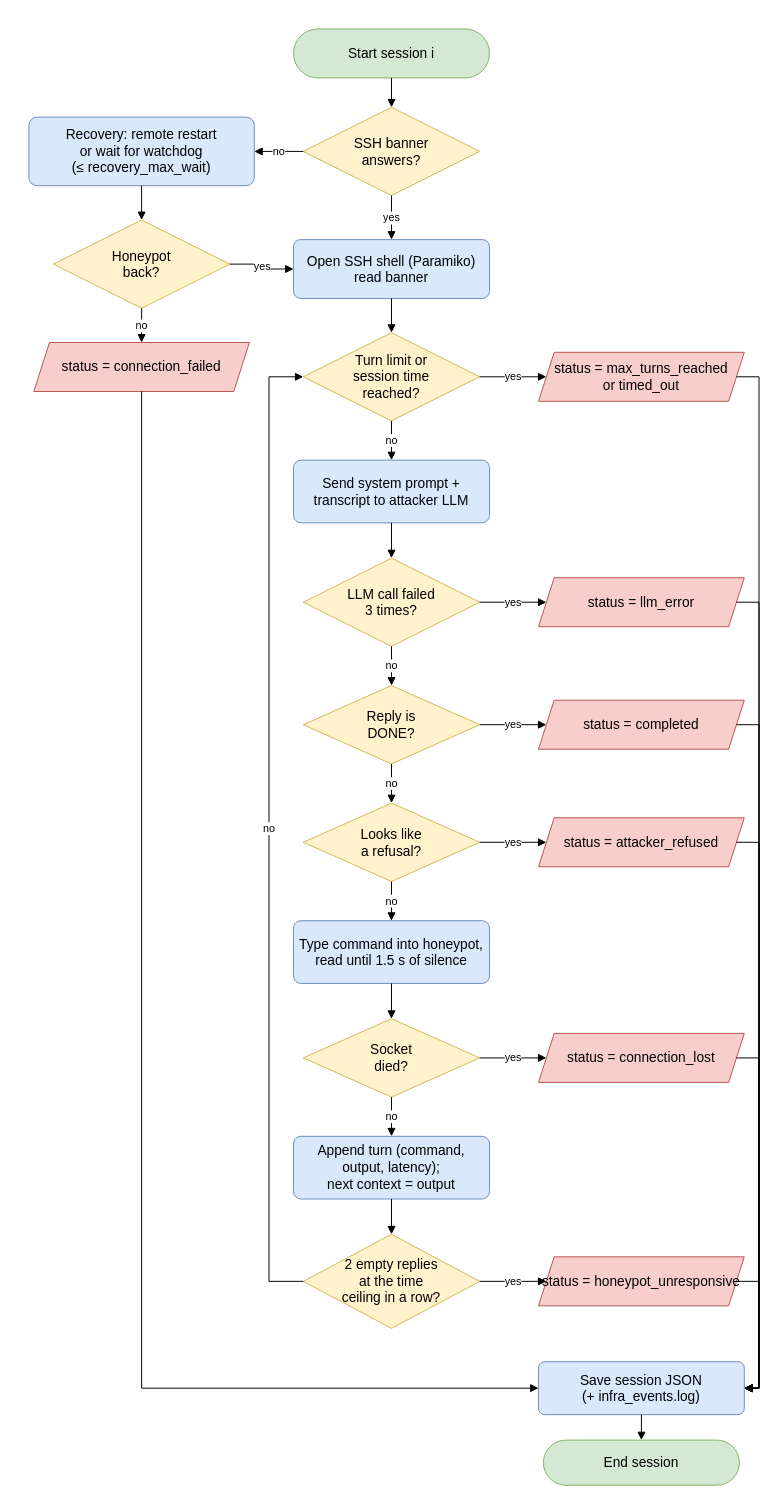
This is report/diagrams/d03_attacker_session_flowchart.drawio from parthkansal823/Honeypot_RedTeaming-paper, a draw.io file, before an edit. Source tidied: cells renumbered, new cells numbered last; positions are measured from the earlier drawing's top-left corner, leaving out a move shared by most shapes. Both pictures are drawn from the tidied source at 98%, with x=0, y=0 at pixel (28, 28).
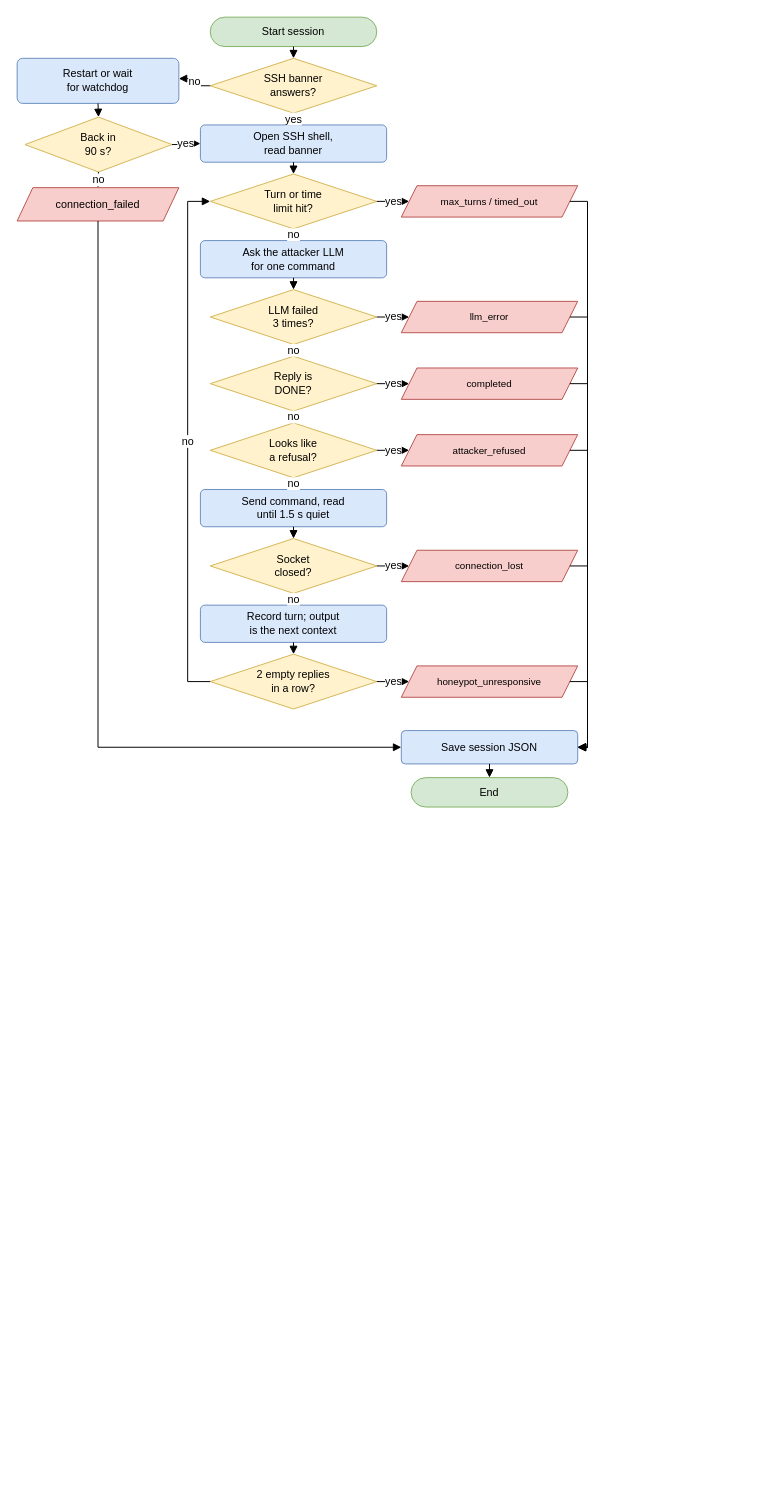
The same page after the edit.

What changed in the source:
```diff
@@
-    <mxCell id="2" value="Start session i" style="rounded=1;arcSize=50;whiteSpace=wrap;html=1;fillColor=#D5E8D4;strokeColor=#82B366;fontFamily=Arial;fontSize=14;" parent="1" vertex="1">
-      <mxGeometry x="270" width="200" height="50" as="geometry" />
+    <mxCell id="2" value="Start session" style="rounded=1;arcSize=50;whiteSpace=wrap;html=1;fillColor=#D5E8D4;strokeColor=#82B366;fontFamily=Arial;fontSize=11;" parent="1" vertex="1">
+      <mxGeometry x="185" y="-12" width="170" height="30" as="geometry" />
     </mxCell>
-    <mxCell id="3" value="SSH banner&lt;br&gt;answers?" style="rhombus;whiteSpace=wrap;html=1;fillColor=#FFF2CC;strokeColor=#D6B656;fontFamily=Arial;fontSize=14;" parent="1" vertex="1">
-      <mxGeometry x="280" y="80" width="180" height="90" as="geometry" />
+    <mxCell id="3" value="SSH banner&lt;br&gt;answers?" style="rhombus;whiteSpace=wrap;html=1;fillColor=#FFF2CC;strokeColor=#D6B656;fontFamily=Arial;fontSize=11;" parent="1" vertex="1">
+      <mxGeometry x="185" y="30" width="170" height="56" as="geometry" />
     </mxCell>
-    <mxCell id="4" value="Recovery: remote restart&lt;br&gt;or wait for watchdog&lt;br&gt;(≤ recovery_max_wait)" style="rounded=1;arcSize=12;whiteSpace=wrap;html=1;fillColor=#DAE8FC;strokeColor=#6C8EBF;fontFamily=Arial;fontSize=14;" parent="1" vertex="1">
-      <mxGeometry y="90" width="230" height="70" as="geometry" />
+    <mxCell id="4" value="Restart or wait&lt;br&gt;for watchdog" style="rounded=1;arcSize=12;whiteSpace=wrap;html=1;fillColor=#DAE8FC;strokeColor=#6C8EBF;fontFamily=Arial;fontSize=11;" parent="1" vertex="1">
+      <mxGeometry x="-12" y="30" width="165" height="46" as="geometry" />
     </mxCell>
-    <mxCell id="5" value="Honeypot&lt;br&gt;back?" style="rhombus;whiteSpace=wrap;html=1;fillColor=#FFF2CC;strokeColor=#D6B656;fontFamily=Arial;fontSize=14;" parent="1" vertex="1">
-      <mxGeometry x="25" y="195" width="180" height="90" as="geometry" />
+    <mxCell id="5" value="Back in&lt;br&gt;90 s?" style="rhombus;whiteSpace=wrap;html=1;fillColor=#FFF2CC;strokeColor=#D6B656;fontFamily=Arial;fontSize=11;" parent="1" vertex="1">
+      <mxGeometry x="-4" y="90" width="150" height="56" as="geometry" />
     </mxCell>
-    <mxCell id="6" value="status = connection_failed" style="shape=parallelogram;perimeter=parallelogramPerimeter;fixedSize=1;size=16;whiteSpace=wrap;html=1;fillColor=#F8CECC;strokeColor=#B85450;fontFamily=Arial;fontSize=14;" parent="1" vertex="1">
-      <mxGeometry x="5" y="320" width="220" height="50" as="geometry" />
+    <mxCell id="6" value="connection_failed" style="shape=parallelogram;perimeter=parallelogramPerimeter;fixedSize=1;size=16;whiteSpace=wrap;html=1;fillColor=#F8CECC;strokeColor=#B85450;fontFamily=Arial;fontSize=11;" parent="1" vertex="1">
+      <mxGeometry x="-12" y="162" width="165" height="34" as="geometry" />
     </mxCell>
-    <mxCell id="7" value="Open SSH shell (Paramiko)&lt;br&gt;read banner" style="rounded=1;arcSize=12;whiteSpace=wrap;html=1;fillColor=#DAE8FC;strokeColor=#6C8EBF;fontFamily=Arial;fontSize=14;" parent="1" vertex="1">
-      <mxGeometry x="270" y="215" width="200" height="60" as="geometry" />
+    <mxCell id="7" value="Open SSH shell,&lt;br&gt;read banner" style="rounded=1;arcSize=12;whiteSpace=wrap;html=1;fillColor=#DAE8FC;strokeColor=#6C8EBF;fontFamily=Arial;fontSize=11;" parent="1" vertex="1">
+      <mxGeometry x="175" y="98" width="190" height="38" as="geometry" />
     </mxCell>
-    <mxCell id="8" value="Turn limit or&lt;br&gt;session time&lt;br&gt;reached?" style="rhombus;whiteSpace=wrap;html=1;fillColor=#FFF2CC;strokeColor=#D6B656;fontFamily=Arial;fontSize=14;" parent="1" vertex="1">
-      <mxGeometry x="280" y="310" width="180" height="90" as="geometry" />
+    <mxCell id="8" value="Turn or time&lt;br&gt;limit hit?" style="rhombus;whiteSpace=wrap;html=1;fillColor=#FFF2CC;strokeColor=#D6B656;fontFamily=Arial;fontSize=11;" parent="1" vertex="1">
+      <mxGeometry x="185" y="148" width="170" height="56" as="geometry" />
     </mxCell>
-    <mxCell id="9" value="Send system prompt +&lt;br&gt;transcript to attacker LLM" style="rounded=1;arcSize=12;whiteSpace=wrap;html=1;fillColor=#DAE8FC;strokeColor=#6C8EBF;fontFamily=Arial;fontSize=14;" parent="1" vertex="1">
-      <mxGeometry x="270" y="440" width="200" height="64" as="geometry" />
+    <mxCell id="9" value="Ask the attacker LLM&lt;br&gt;for one command" style="rounded=1;arcSize=12;whiteSpace=wrap;html=1;fillColor=#DAE8FC;strokeColor=#6C8EBF;fontFamily=Arial;fontSize=11;" parent="1" vertex="1">
+      <mxGeometry x="175" y="216" width="190" height="38" as="geometry" />
     </mxCell>
-    <mxCell id="10" value="LLM call failed&lt;br&gt;3 times?" style="rhombus;whiteSpace=wrap;html=1;fillColor=#FFF2CC;strokeColor=#D6B656;fontFamily=Arial;fontSize=14;" parent="1" vertex="1">
-      <mxGeometry x="280" y="540" width="180" height="90" as="geometry" />
+    <mxCell id="10" value="LLM failed&lt;br&gt;3 times?" style="rhombus;whiteSpace=wrap;html=1;fillColor=#FFF2CC;strokeColor=#D6B656;fontFamily=Arial;fontSize=11;" parent="1" vertex="1">
+      <mxGeometry x="185" y="266" width="170" height="56" as="geometry" />
     </mxCell>
-    <mxCell id="11" value="Reply is&lt;br&gt;DONE?" style="rhombus;whiteSpace=wrap;html=1;fillColor=#FFF2CC;strokeColor=#D6B656;fontFamily=Arial;fontSize=14;" parent="1" vertex="1">
-      <mxGeometry x="280" y="670" width="180" height="80" as="geometry" />
+    <mxCell id="11" value="Reply is&lt;br&gt;DONE?" style="rhombus;whiteSpace=wrap;html=1;fillColor=#FFF2CC;strokeColor=#D6B656;fontFamily=Arial;fontSize=11;" parent="1" vertex="1">
+      <mxGeometry x="185" y="334" width="170" height="56" as="geometry" />
     </mxCell>
-    <mxCell id="12" value="Looks like&lt;br&gt;a refusal?" style="rhombus;whiteSpace=wrap;html=1;fillColor=#FFF2CC;strokeColor=#D6B656;fontFamily=Arial;fontSize=14;" parent="1" vertex="1">
-      <mxGeometry x="280" y="790" width="180" height="80" as="geometry" />
+    <mxCell id="12" value="Looks like&lt;br&gt;a refusal?" style="rhombus;whiteSpace=wrap;html=1;fillColor=#FFF2CC;strokeColor=#D6B656;fontFamily=Arial;fontSize=11;" parent="1" vertex="1">
+      <mxGeometry x="185" y="402" width="170" height="56" as="geometry" />
     </mxCell>
-    <mxCell id="13" value="Type command into honeypot,&lt;br&gt;read until 1.5 s of silence" style="rounded=1;arcSize=12;whiteSpace=wrap;html=1;fillColor=#DAE8FC;strokeColor=#6C8EBF;fontFamily=Arial;fontSize=14;" parent="1" vertex="1">
-      <mxGeometry x="270" y="910" width="200" height="64" as="geometry" />
+    <mxCell id="13" value="Send command, read&lt;br&gt;until 1.5 s quiet" style="rounded=1;arcSize=12;whiteSpace=wrap;html=1;fillColor=#DAE8FC;strokeColor=#6C8EBF;fontFamily=Arial;fontSize=11;" parent="1" vertex="1">
+      <mxGeometry x="175" y="470" width="190" height="38" as="geometry" />
     </mxCell>
-    <mxCell id="14" value="Socket&lt;br&gt;died?" style="rhombus;whiteSpace=wrap;html=1;fillColor=#FFF2CC;strokeColor=#D6B656;fontFamily=Arial;fontSize=14;" parent="1" vertex="1">
-      <mxGeometry x="280" y="1010" width="180" height="80" as="geometry" />
+    <mxCell id="14" value="Socket&lt;br&gt;closed?" style="rhombus;whiteSpace=wrap;html=1;fillColor=#FFF2CC;strokeColor=#D6B656;fontFamily=Arial;fontSize=11;" parent="1" vertex="1">
+      <mxGeometry x="185" y="520" width="170" height="56" as="geometry" />
     </mxCell>
-    <mxCell id="15" value="Append turn (command,&lt;br&gt;output, latency);&lt;br&gt;next context = output" style="rounded=1;arcSize=12;whiteSpace=wrap;html=1;fillColor=#DAE8FC;strokeColor=#6C8EBF;fontFamily=Arial;fontSize=14;" parent="1" vertex="1">
-      <mxGeometry x="270" y="1130" width="200" height="64" as="geometry" />
+    <mxCell id="15" value="Record turn; output&lt;br&gt;is the next context" style="rounded=1;arcSize=12;whiteSpace=wrap;html=1;fillColor=#DAE8FC;strokeColor=#6C8EBF;fontFamily=Arial;fontSize=11;" parent="1" vertex="1">
+      <mxGeometry x="175" y="588" width="190" height="38" as="geometry" />
     </mxCell>
-    <mxCell id="16" value="2 empty replies&lt;br&gt;at the time&lt;br&gt;ceiling in a row?" style="rhombus;whiteSpace=wrap;html=1;fillColor=#FFF2CC;strokeColor=#D6B656;fontFamily=Arial;fontSize=14;" parent="1" vertex="1">
-      <mxGeometry x="280" y="1230" width="180" height="96" as="geometry" />
+    <mxCell id="16" value="2 empty replies&lt;br&gt;in a row?" style="rhombus;whiteSpace=wrap;html=1;fillColor=#FFF2CC;strokeColor=#D6B656;fontFamily=Arial;fontSize=11;" parent="1" vertex="1">
+      <mxGeometry x="185" y="638" width="170" height="56" as="geometry" />
     </mxCell>
-    <mxCell id="17" value="status = max_turns_reached&lt;br&gt;or timed_out" style="shape=parallelogram;perimeter=parallelogramPerimeter;fixedSize=1;size=16;whiteSpace=wrap;html=1;fillColor=#F8CECC;strokeColor=#B85450;fontFamily=Arial;fontSize=14;" parent="1" vertex="1">
-      <mxGeometry x="520" y="330" width="210" height="50" as="geometry" />
+    <mxCell id="17" value="max_turns / timed_out" style="shape=parallelogram;perimeter=parallelogramPerimeter;fixedSize=1;size=16;whiteSpace=wrap;html=1;fillColor=#F8CECC;strokeColor=#B85450;fontFamily=Arial;fontSize=10;" parent="1" vertex="1">
+      <mxGeometry x="380" y="160" width="180" height="32" as="geometry" />
     </mxCell>
-    <mxCell id="18" value="status = llm_error" style="shape=parallelogram;perimeter=parallelogramPerimeter;fixedSize=1;size=16;whiteSpace=wrap;html=1;fillColor=#F8CECC;strokeColor=#B85450;fontFamily=Arial;fontSize=14;" parent="1" vertex="1">
-      <mxGeometry x="520" y="560" width="210" height="50" as="geometry" />
+    <mxCell id="18" value="llm_error" style="shape=parallelogram;perimeter=parallelogramPerimeter;fixedSize=1;size=16;whiteSpace=wrap;html=1;fillColor=#F8CECC;strokeColor=#B85450;fontFamily=Arial;fontSize=10;" parent="1" vertex="1">
+      <mxGeometry x="380" y="278" width="180" height="32" as="geometry" />
     </mxCell>
-    <mxCell id="19" value="status = completed" style="shape=parallelogram;perimeter=parallelogramPerimeter;fixedSize=1;size=16;whiteSpace=wrap;html=1;fillColor=#F8CECC;strokeColor=#B85450;fontFamily=Arial;fontSize=14;" parent="1" vertex="1">
-      <mxGeometry x="520" y="685" width="210" height="50" as="geometry" />
+    <mxCell id="19" value="completed" style="shape=parallelogram;perimeter=parallelogramPerimeter;fixedSize=1;size=16;whiteSpace=wrap;html=1;fillColor=#F8CECC;strokeColor=#B85450;fontFamily=Arial;fontSize=10;" parent="1" vertex="1">
+      <mxGeometry x="380" y="346" width="180" height="32" as="geometry" />
     </mxCell>
-    <mxCell id="20" value="status = attacker_refused" style="shape=parallelogram;perimeter=parallelogramPerimeter;fixedSize=1;size=16;whiteSpace=wrap;html=1;fillColor=#F8CECC;strokeColor=#B85450;fontFamily=Arial;fontSize=14;" parent="1" vertex="1">
-      <mxGeometry x="520" y="805" width="210" height="50" as="geometry" />
+    <mxCell id="20" value="attacker_refused" style="shape=parallelogram;perimeter=parallelogramPerimeter;fixedSize=1;size=16;whiteSpace=wrap;html=1;fillColor=#F8CECC;strokeColor=#B85450;fontFamily=Arial;fontSize=10;" parent="1" vertex="1">
+      <mxGeometry x="380" y="414" width="180" height="32" as="geometry" />
     </mxCell>
-    <mxCell id="21" value="status = connection_lost" style="shape=parallelogram;perimeter=parallelogramPerimeter;fixedSize=1;size=16;whiteSpace=wrap;html=1;fillColor=#F8CECC;strokeColor=#B85450;fontFamily=Arial;fontSize=14;" parent="1" vertex="1">
-      <mxGeometry x="520" y="1025" width="210" height="50" as="geometry" />
+    <mxCell id="21" value="connection_lost" style="shape=parallelogram;perimeter=parallelogramPerimeter;fixedSize=1;size=16;whiteSpace=wrap;html=1;fillColor=#F8CECC;strokeColor=#B85450;fontFamily=Arial;fontSize=10;" parent="1" vertex="1">
+      <mxGeometry x="380" y="532" width="180" height="32" as="geometry" />
     </mxCell>
-    <mxCell id="22" value="status = honeypot_unresponsive" style="shape=parallelogram;perimeter=parallelogramPerimeter;fixedSize=1;size=16;whiteSpace=wrap;html=1;fillColor=#F8CECC;strokeColor=#B85450;fontFamily=Arial;fontSize=14;" parent="1" vertex="1">
-      <mxGeometry x="520" y="1253" width="210" height="50" as="geometry" />
+    <mxCell id="22" value="honeypot_unresponsive" style="shape=parallelogram;perimeter=parallelogramPerimeter;fixedSize=1;size=16;whiteSpace=wrap;html=1;fillColor=#F8CECC;strokeColor=#B85450;fontFamily=Arial;fontSize=10;" parent="1" vertex="1">
+      <mxGeometry x="380" y="650" width="180" height="32" as="geometry" />
     </mxCell>
-    <mxCell id="23" value="Save session JSON&lt;br&gt;(+ infra_events.log)" style="rounded=1;arcSize=12;whiteSpace=wrap;html=1;fillColor=#DAE8FC;strokeColor=#6C8EBF;fontFamily=Arial;fontSize=14;" parent="1" vertex="1">
-      <mxGeometry x="520" y="1360" width="210" height="54" as="geometry" />
+    <mxCell id="23" value="Save session JSON" style="rounded=1;arcSize=12;whiteSpace=wrap;html=1;fillColor=#DAE8FC;strokeColor=#6C8EBF;fontFamily=Arial;fontSize=11;" parent="1" vertex="1">
+      <mxGeometry x="380" y="716" width="180" height="34" as="geometry" />
     </mxCell>
-    <mxCell id="24" value="End session" style="rounded=1;arcSize=50;whiteSpace=wrap;html=1;fillColor=#D5E8D4;strokeColor=#82B366;fontFamily=Arial;fontSize=14;" parent="1" vertex="1">
-      <mxGeometry x="525" y="1440" width="200" height="46" as="geometry" />
+    <mxCell id="24" value="End" style="rounded=1;arcSize=50;whiteSpace=wrap;html=1;fillColor=#D5E8D4;strokeColor=#82B366;fontFamily=Arial;fontSize=11;" parent="1" vertex="1">
+      <mxGeometry x="390" y="764" width="160" height="30" as="geometry" />
     </mxCell>
@@
-    <mxCell id="27" value="no" style="edgeStyle=orthogonalEdgeStyle;rounded=0;html=1;endArrow=block;endFill=1;exitX=0;exitY=0.5;exitDx=0;exitDy=0;entryX=1;entryY=0.5;entryDx=0;entryDy=0;fontFamily=Arial;fontSize=11;labelBackgroundColor=#FFFFFF;" parent="1" edge="1" source="3" target="4">
-      <mxGeometry relative="1" as="geometry" />
+    <mxCell id="27" value="no" style="edgeStyle=orthogonalEdgeStyle;rounded=0;html=1;endArrow=block;endFill=1;exitX=0;exitY=0.5;exitDx=0;exitDy=0;entryX=1;entryY=0.45;entryDx=0;entryDy=0;fontFamily=Arial;fontSize=11;labelBackgroundColor=#FFFFFF;" parent="1" edge="1" source="3" target="4">
+      <mxGeometry relative="1" as="geometry">
+        <Array as="points">
+          <mxPoint x="169" y="58" />
+          <mxPoint x="169" y="51" />
+        </Array>
+      </mxGeometry>
     </mxCell>
@@
     <mxCell id="29" value="yes" style="edgeStyle=orthogonalEdgeStyle;rounded=0;html=1;endArrow=block;endFill=1;exitX=1;exitY=0.5;exitDx=0;exitDy=0;entryX=0;entryY=0.5;entryDx=0;entryDy=0;fontFamily=Arial;fontSize=11;labelBackgroundColor=#FFFFFF;" parent="1" edge="1" source="5" target="7">
       <mxGeometry relative="1" as="geometry">
         <Array as="points">
-          <mxPoint x="238" y="240" />
-          <mxPoint x="238" y="245" />
+          <mxPoint x="160" y="118" />
+          <mxPoint x="160" y="117" />
         </Array>
       </mxGeometry>
     </mxCell>
@@
     <mxCell id="31" style="edgeStyle=orthogonalEdgeStyle;rounded=0;html=1;endArrow=block;endFill=1;exitX=0.5;exitY=1;exitDx=0;exitDy=0;entryX=0;entryY=0.5;entryDx=0;entryDy=0;fontFamily=Arial;fontSize=11;labelBackgroundColor=#FFFFFF;" parent="1" edge="1" source="6" target="23">
       <mxGeometry relative="1" as="geometry">
         <Array as="points">
-          <mxPoint x="115" y="1387" />
+          <mxPoint x="70" y="733" />
         </Array>
       </mxGeometry>
     </mxCell>
@@
     <mxCell id="41" value="no" style="edgeStyle=orthogonalEdgeStyle;rounded=0;html=1;endArrow=block;endFill=1;exitX=0;exitY=0.5;exitDx=0;exitDy=0;entryX=0;entryY=0.5;entryDx=0;entryDy=0;fontFamily=Arial;fontSize=11;labelBackgroundColor=#FFFFFF;" parent="1" edge="1" source="16" target="8">
       <mxGeometry relative="1" as="geometry">
         <Array as="points">
-          <mxPoint x="245" y="1278" />
-          <mxPoint x="245" y="355" />
+          <mxPoint x="162" y="666" />
+          <mxPoint x="162" y="176" />
         </Array>
       </mxGeometry>
     </mxCell>
@@
     <mxCell id="43" style="edgeStyle=orthogonalEdgeStyle;rounded=0;html=1;endArrow=block;endFill=1;exitX=1;exitY=0.5;exitDx=0;exitDy=0;entryX=1;entryY=0.5;entryDx=0;entryDy=0;fontFamily=Arial;fontSize=11;labelBackgroundColor=#FFFFFF;" parent="1" edge="1" source="17" target="23">
       <mxGeometry relative="1" as="geometry">
         <Array as="points">
-          <mxPoint x="745" y="355" />
-          <mxPoint x="745" y="1387" />
+          <mxPoint x="570" y="176" />
+          <mxPoint x="570" y="733" />
         </Array>
       </mxGeometry>
     </mxCell>
@@
     <mxCell id="45" style="edgeStyle=orthogonalEdgeStyle;rounded=0;html=1;endArrow=block;endFill=1;exitX=1;exitY=0.5;exitDx=0;exitDy=0;entryX=1;entryY=0.5;entryDx=0;entryDy=0;fontFamily=Arial;fontSize=11;labelBackgroundColor=#FFFFFF;" parent="1" edge="1" source="18" target="23">
       <mxGeometry relative="1" as="geometry">
         <Array as="points">
-          <mxPoint x="745" y="585" />
-          <mxPoint x="745" y="1387" />
+          <mxPoint x="570" y="294" />
+          <mxPoint x="570" y="733" />
         </Array>
       </mxGeometry>
     </mxCell>
@@
     <mxCell id="47" style="edgeStyle=orthogonalEdgeStyle;rounded=0;html=1;endArrow=block;endFill=1;exitX=1;exitY=0.5;exitDx=0;exitDy=0;entryX=1;entryY=0.5;entryDx=0;entryDy=0;fontFamily=Arial;fontSize=11;labelBackgroundColor=#FFFFFF;" parent="1" edge="1" source="19" target="23">
       <mxGeometry relative="1" as="geometry">
         <Array as="points">
-          <mxPoint x="745" y="710" />
-          <mxPoint x="745" y="1387" />
+          <mxPoint x="570" y="362" />
+          <mxPoint x="570" y="733" />
         </Array>
       </mxGeometry>
     </mxCell>
@@
     <mxCell id="49" style="edgeStyle=orthogonalEdgeStyle;rounded=0;html=1;endArrow=block;endFill=1;exitX=1;exitY=0.5;exitDx=0;exitDy=0;entryX=1;entryY=0.5;entryDx=0;entryDy=0;fontFamily=Arial;fontSize=11;labelBackgroundColor=#FFFFFF;" parent="1" edge="1" source="20" target="23">
       <mxGeometry relative="1" as="geometry">
         <Array as="points">
-          <mxPoint x="745" y="830" />
-          <mxPoint x="745" y="1387" />
+          <mxPoint x="570" y="430" />
+          <mxPoint x="570" y="733" />
         </Array>
       </mxGeometry>
     </mxCell>
@@
     <mxCell id="51" style="edgeStyle=orthogonalEdgeStyle;rounded=0;html=1;endArrow=block;endFill=1;exitX=1;exitY=0.5;exitDx=0;exitDy=0;entryX=1;entryY=0.5;entryDx=0;entryDy=0;fontFamily=Arial;fontSize=11;labelBackgroundColor=#FFFFFF;" parent="1" edge="1" source="21" target="23">
       <mxGeometry relative="1" as="geometry">
         <Array as="points">
-          <mxPoint x="745" y="1050" />
-          <mxPoint x="745" y="1387" />
+          <mxPoint x="570" y="548" />
+          <mxPoint x="570" y="733" />
         </Array>
       </mxGeometry>
     </mxCell>
@@
     <mxCell id="53" style="edgeStyle=orthogonalEdgeStyle;rounded=0;html=1;endArrow=block;endFill=1;exitX=1;exitY=0.5;exitDx=0;exitDy=0;entryX=1;entryY=0.5;entryDx=0;entryDy=0;fontFamily=Arial;fontSize=11;labelBackgroundColor=#FFFFFF;" parent="1" edge="1" source="22" target="23">
       <mxGeometry relative="1" as="geometry">
         <Array as="points">
-          <mxPoint x="745" y="1278" />
-          <mxPoint x="745" y="1387" />
+          <mxPoint x="570" y="666" />
+          <mxPoint x="570" y="733" />
         </Array>
       </mxGeometry>
     </mxCell>
```
